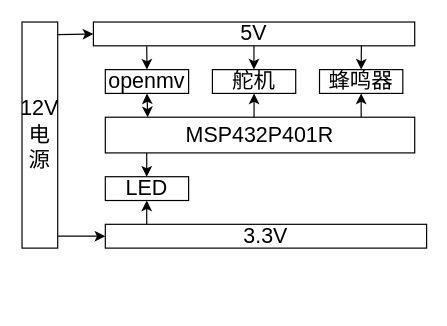
Above: 电赛硬件.drawio in Garsad/Intelligent-tracking-car-C52 (draw.io), before the change. Source tidied: cells renumbered, new cells numbered last; positions are measured from the earlier drawing's top-left corner, leaving out a move shared by most shapes. Both pictures are drawn from the tidied source at 119%, with x=0, y=0 at pixel (21, 21).
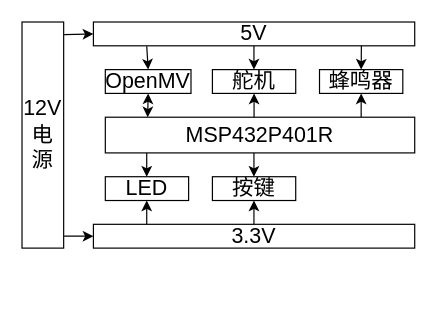
The same page after the edit.

Commit message:
更新电赛硬件.drawio

The edit, as a diff of the source:
```diff
@@
-    <mxCell id="3" value="&lt;span style=&quot;font-size: 18px;&quot;&gt;12V&lt;br&gt;电源&lt;/span&gt;" style="rounded=0;whiteSpace=wrap;html=1;direction=south;" parent="1" vertex="1">
-      <mxGeometry width="30" height="190" as="geometry" />
+    <mxCell id="3" value="&lt;span style=&quot;font-size: 18px;&quot;&gt;12V&lt;br&gt;电源&lt;/span&gt;" style="rounded=0;whiteSpace=wrap;html=1;direction=south;align=center;" parent="1" vertex="1">
+      <mxGeometry width="35" height="190" as="geometry" />
     </mxCell>
@@
     <mxCell id="5" value="&lt;font style=&quot;font-size: 18px;&quot;&gt;3.3V&lt;/font&gt;" style="rounded=0;whiteSpace=wrap;html=1;" parent="1" vertex="1">
-      <mxGeometry x="70" y="170" width="270" height="20" as="geometry" />
+      <mxGeometry x="60" y="170" width="270" height="20" as="geometry" />
     </mxCell>
-    <mxCell id="6" value="&lt;span style=&quot;font-size: 18px;&quot;&gt;openmv&lt;/span&gt;" style="rounded=0;whiteSpace=wrap;html=1;direction=south;" parent="1" vertex="1">
-      <mxGeometry x="70" y="40" width="70" height="20" as="geometry" />
+    <mxCell id="6" value="&lt;span style=&quot;font-size: 18px;&quot;&gt;OpenMV&lt;/span&gt;" style="rounded=0;whiteSpace=wrap;html=1;direction=south;" parent="1" vertex="1">
+      <mxGeometry x="70" y="40" width="72" height="20" as="geometry" />
     </mxCell>
@@
+    <mxCell id="22" value="&lt;font style=&quot;font-size: 18px;&quot;&gt;按键&lt;/font&gt;" style="rounded=0;whiteSpace=wrap;html=1;direction=south;" parent="1" vertex="1">
+      <mxGeometry x="160" y="130" width="70" height="20" as="geometry" />
+    </mxCell>
+    <mxCell id="23" style="endArrow=classic;html=1;rounded=0;entryX=0;entryY=0.5;entryDx=0;entryDy=0;" parent="1" edge="1">
+      <mxGeometry relative="1" as="geometry">
+        <mxPoint x="194.9" y="110" as="sourcePoint" />
+        <mxPoint x="194.9" y="130" as="targetPoint" />
+      </mxGeometry>
+    </mxCell>
+    <mxCell id="24" style="endArrow=classic;html=1;rounded=0;entryX=0;entryY=0.5;entryDx=0;entryDy=0;" parent="1" edge="1">
+      <mxGeometry relative="1" as="geometry">
+        <mxPoint x="194.9" y="170" as="sourcePoint" />
+        <mxPoint x="194.9" y="150" as="targetPoint" />
+      </mxGeometry>
+    </mxCell>
```
